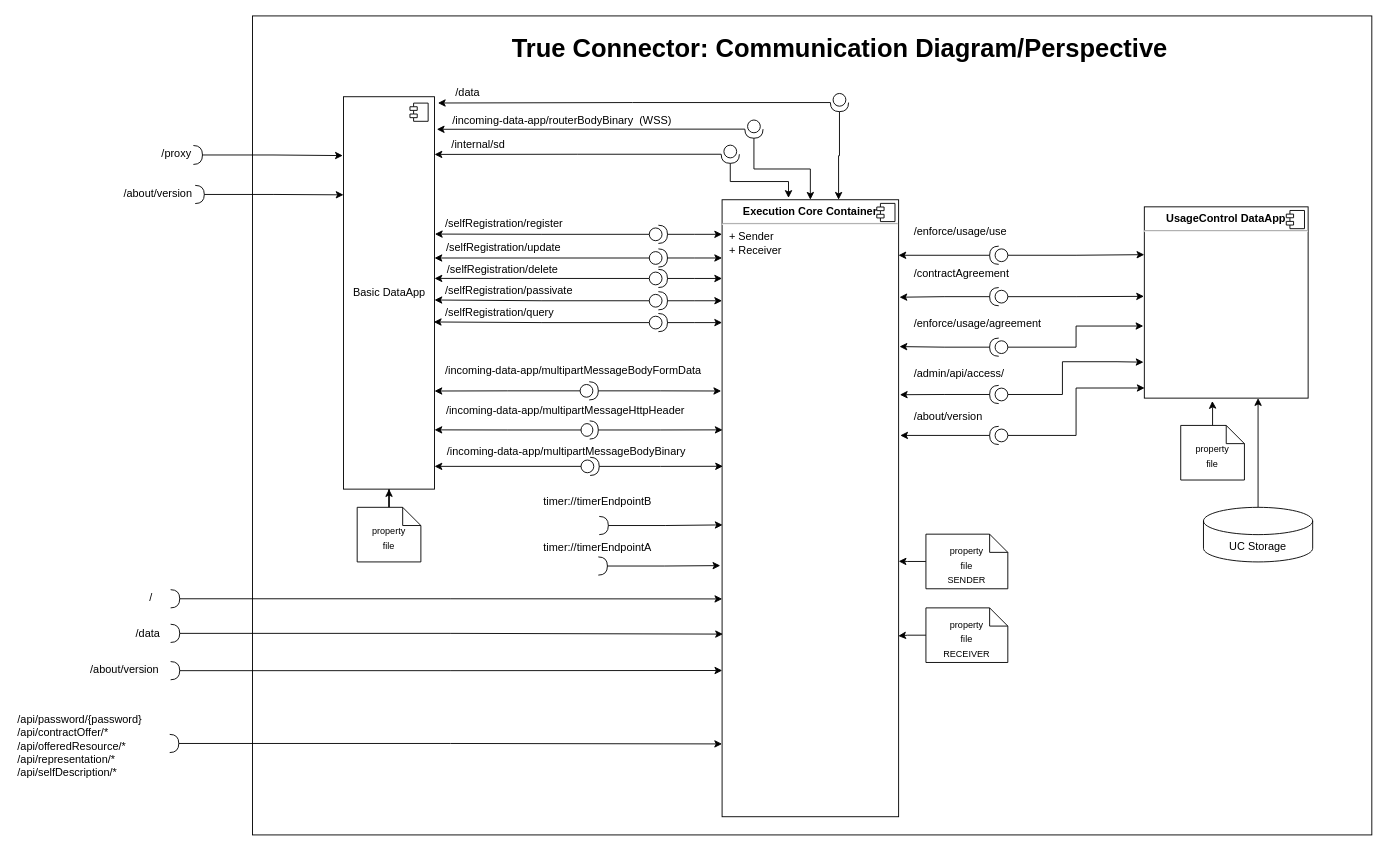
This is doc/diagrams/TRUEConnector diagram.drawio from Engineering-Research-and-Development/true-connector, a draw.io file, before an edit. Source tidied: cells renumbered, new cells numbered last; positions are measured from the earlier drawing's top-left corner, leaving out a move shared by most shapes. Both pictures are drawn from the tidied source at 91%, with x=0, y=0 at pixel (15, 15).
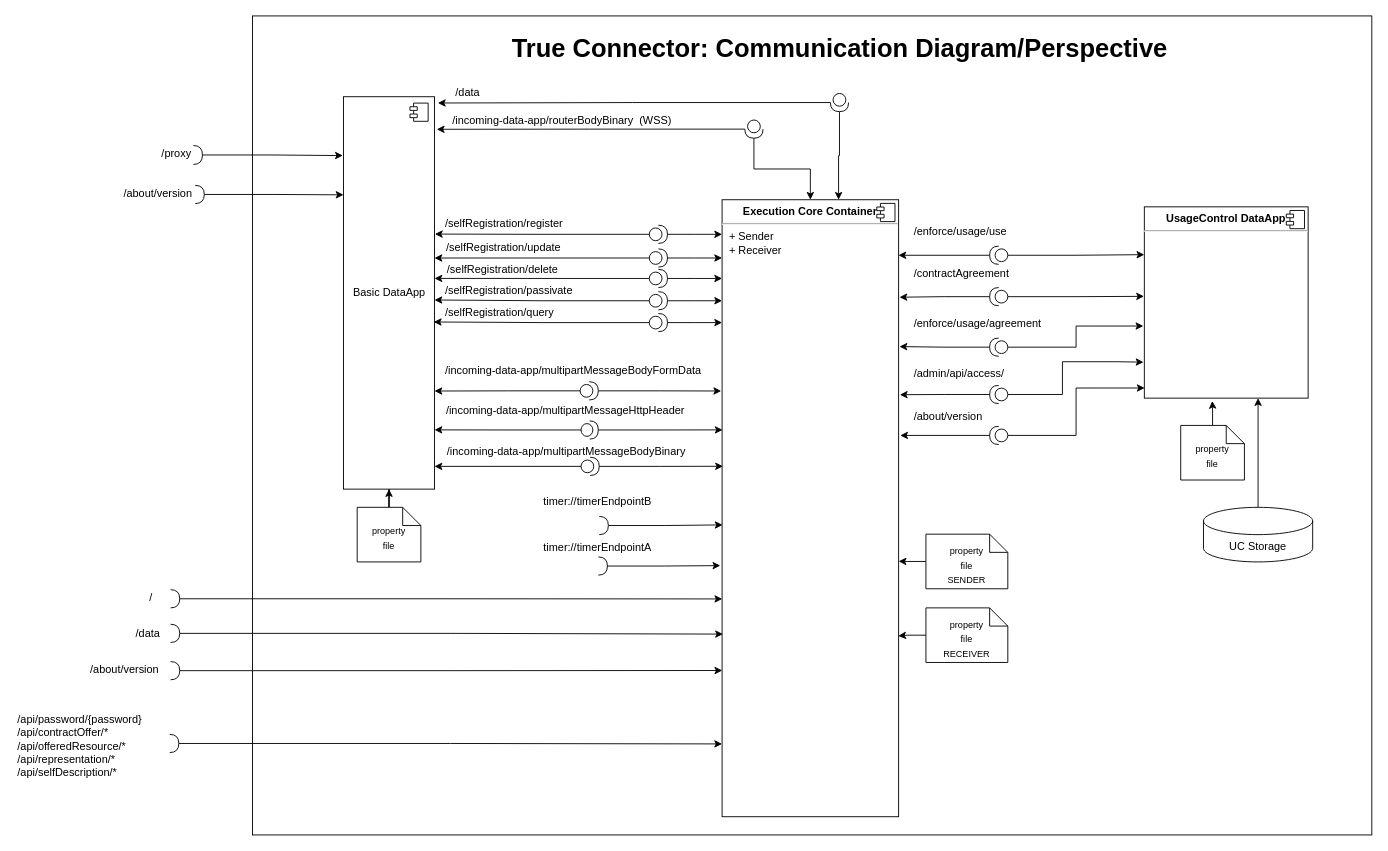
Above is the later version.

Commit message (it also covers changes not shown here):
Updated diagram, removed internal/sd endpoint

The change refers to these unchanged cells:
```xml
<mxCell id="3" value="Basic DataApp" style="html=1;" parent="1" vertex="1">
  <mxGeometry x="360" y="88.8" width="100" height="431.2" as="geometry" />
</mxCell>
```

Diff of the diagram source:
```diff
@@
-    <mxCell id="23" value="/internal/sd" style="text;whiteSpace=wrap;html=1;" parent="1" vertex="1">
-      <mxGeometry x="477" y="128.1" width="90" height="30" as="geometry" />
-    </mxCell>
@@
-    <mxCell id="39" style="edgeStyle=orthogonalEdgeStyle;rounded=0;jettySize=auto;html=1;" parent="1" edge="1" source="41">
-      <mxGeometry relative="1" as="geometry">
-        <mxPoint x="849" y="200" as="targetPoint" />
-        <Array as="points">
-          <mxPoint x="785" y="182" />
-          <mxPoint x="849" y="182" />
-        </Array>
-      </mxGeometry>
-    </mxCell>
-    <mxCell id="40" style="edgeStyle=orthogonalEdgeStyle;rounded=0;jettySize=auto;html=1;entryX=1;entryY=0.147;entryDx=0;entryDy=0;entryPerimeter=0;" parent="1" edge="1" source="41" target="3">
-      <mxGeometry relative="1" as="geometry" />
-    </mxCell>
-    <mxCell id="41" style="shape=providedRequiredInterface;html=1;verticalLabelPosition=bottom;sketch=0;direction=south;" parent="1" vertex="1">
-      <mxGeometry x="775" y="142" width="20" height="20" as="geometry" />
-    </mxCell>
```
